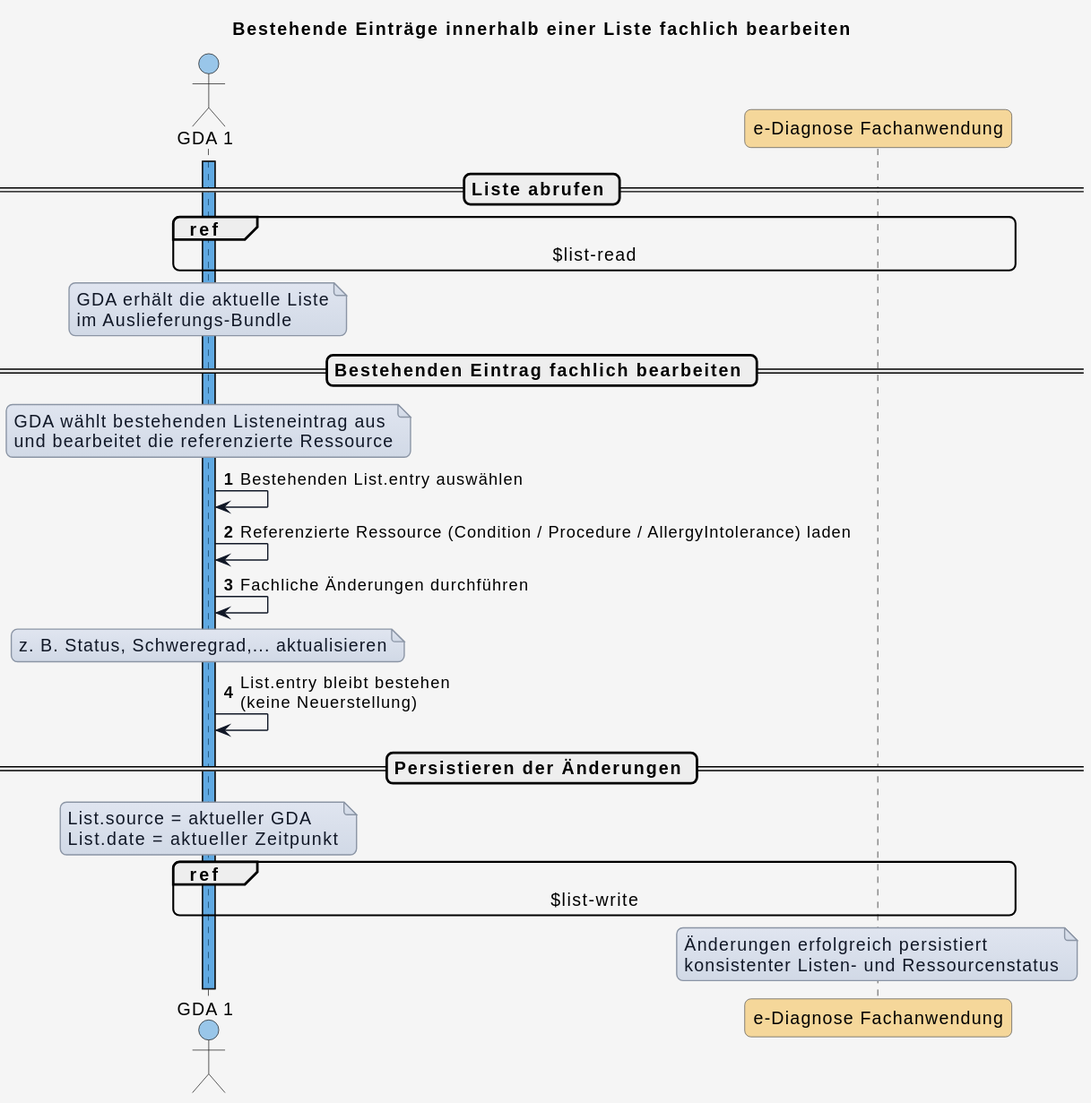
Above: input/images/plantuml/diagram_uc_06_03.svg in HL7Austria/ELGA-e-Diagnose-R4 (PlantUML), before the change. Its diagram source:
```plantuml
@startuml
title Bestehende Einträge innerhalb einer Liste fachlich bearbeiten

skinparam borderColor #000000
skinparam backgroundColor #f5f5f5
skinparam shadowing false
skinparam roundCorner 10
skinparam defaultFontName "Arial"
skinparam defaultFontSize 14
skinparam defaultFontColor #000000
skinparam HyperlinkColor #0000EE
skinparam HyperlinkUnderline false
skinparam BoxPadding 20
skinparam BoxBorderColor #555555

skinparam note {
  BackgroundColor #e0e5f0-#d1d9e6
  BorderColor #8b95a5
  BorderThickness 1
  RoundCorner 0
  Padding 6
  FontColor #111827
  Shadowing false
}

skinparam sequence {
  ParticipantBorderColor #555555
  ParticipantBackgroundColor #ffffff
  ParticipantFontColor #000000
  ParticipantFontSize 14
  ParticipantPadding 20
  ArrowColor #111827
  ArrowThickness 1
  ArrowFontColor #000000
  ArrowFontSize 13
  GroupBorderColor #111827
  GroupBackgroundColor #eef2ff
  GroupBorderThickness 2
}

!define COLOR_GDA_1    #0078D460
!define COLOR_GDA_2    #8764B860
!define COLOR_PATIENT  #00950560
!define COLOR_APO      #00B7C360
!define COLOR_DIAG_FA  #f5a40360
!define COLOR_E_REZEPT #E7485660

!define COLOR_OK       #50E6FF25
!define COLOR_ERROR    #FF8C0035

actor GDA_1 as "GDA 1" COLOR_GDA_1
participant eDiag_FA as "e-Diagnose Fachanwendung" COLOR_DIAG_FA

autonumber

== Liste abrufen ==

activate GDA_1 COLOR_GDA_1

ref over GDA_1, eDiag_FA : $list-read

note over GDA_1
GDA erhält die aktuelle Liste
im Auslieferungs-Bundle
end note

== Bestehenden Eintrag fachlich bearbeiten ==

note over GDA_1
GDA wählt bestehenden Listeneintrag aus
und bearbeitet die referenzierte Ressource
end note

GDA_1 -> GDA_1 : Bestehenden List.entry auswählen
GDA_1 -> GDA_1 : Referenzierte Ressource (Condition / Procedure / AllergyIntolerance) laden

GDA_1 -> GDA_1 : Fachliche Änderungen durchführen

note over GDA_1
z. B. Status, Schweregrad,... aktualisieren
end note

GDA_1 -> GDA_1 : List.entry bleibt bestehen\n(keine Neuerstellung)

== Persistieren der Änderungen ==

note over GDA_1
List.source = aktueller GDA
List.date = aktueller Zeitpunkt
end note

ref over GDA_1, eDiag_FA : $list-write

note over eDiag_FA
Änderungen erfolgreich persistiert
konsistenter Listen- und Ressourcenstatus
end note
@enduml
```
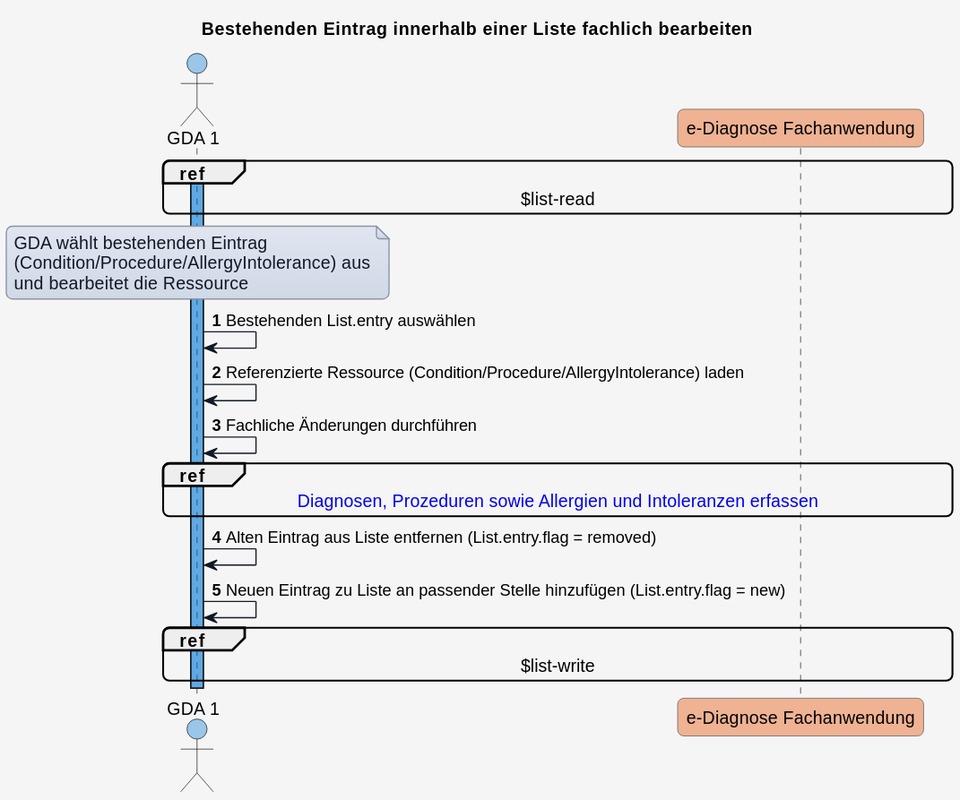
After the commit.

Commit message:
Update editing item within list

Change to the diagram source:
```diff
@@ -1,5 +1,5 @@
 @startuml
-title Bestehende Einträge innerhalb einer Liste fachlich bearbeiten
+title Bestehenden Eintrag innerhalb einer Liste fachlich bearbeiten
 
 skinparam borderColor #000000
 skinparam backgroundColor #f5f5f5
@@ -42,7 +42,7 @@
 !define COLOR_GDA_2    #8764B860
 !define COLOR_PATIENT  #00950560
 !define COLOR_APO      #00B7C360
-!define COLOR_DIAG_FA  #f5a40360
+!define COLOR_DIAG_FA  #E9713280
 !define COLOR_E_REZEPT #E7485660
 
 !define COLOR_OK       #50E6FF25
@@ -53,46 +53,27 @@
 
 autonumber
 
-== Liste abrufen ==
-
 activate GDA_1 COLOR_GDA_1
 
 ref over GDA_1, eDiag_FA : $list-read
 
 note over GDA_1
-GDA erhält die aktuelle Liste
-im Auslieferungs-Bundle
-end note
-
-== Bestehenden Eintrag fachlich bearbeiten ==
-
-note over GDA_1
-GDA wählt bestehenden Listeneintrag aus
-und bearbeitet die referenzierte Ressource
+  GDA wählt bestehenden Eintrag
+  (Condition/Procedure/AllergyIntolerance) aus
+  und bearbeitet die Ressource
 end note
 
 GDA_1 -> GDA_1 : Bestehenden List.entry auswählen
-GDA_1 -> GDA_1 : Referenzierte Ressource (Condition / Procedure / AllergyIntolerance) laden
+
+GDA_1 -> GDA_1 : Referenzierte Ressource (Condition/Procedure/AllergyIntolerance) laden
 
 GDA_1 -> GDA_1 : Fachliche Änderungen durchführen
 
-note over GDA_1
-z. B. Status, Schweregrad,... aktualisieren
-end note
+ref over GDA_1, eDiag_FA : [[uc_ediag_06_int_res.html#sub_uc_ediag_06_09---diagnosen-prozeduren-sowie-allergien-und-intoleranzen-erfassen Diagnosen, Prozeduren sowie Allergien und Intoleranzen erfassen]]
 
-GDA_1 -> GDA_1 : List.entry bleibt bestehen\n(keine Neuerstellung)
+GDA_1 -> GDA_1 : Alten Eintrag aus Liste entfernen (List.entry.flag = removed)
 
-== Persistieren der Änderungen ==
-
-note over GDA_1
-List.source = aktueller GDA
-List.date = aktueller Zeitpunkt
-end note
+GDA_1 -> GDA_1 : Neuen Eintrag zu Liste an passender Stelle hinzufügen (List.entry.flag = new)
 
 ref over GDA_1, eDiag_FA : $list-write
-
-note over eDiag_FA
-Änderungen erfolgreich persistiert
-konsistenter Listen- und Ressourcenstatus
-end note
 @enduml
```
